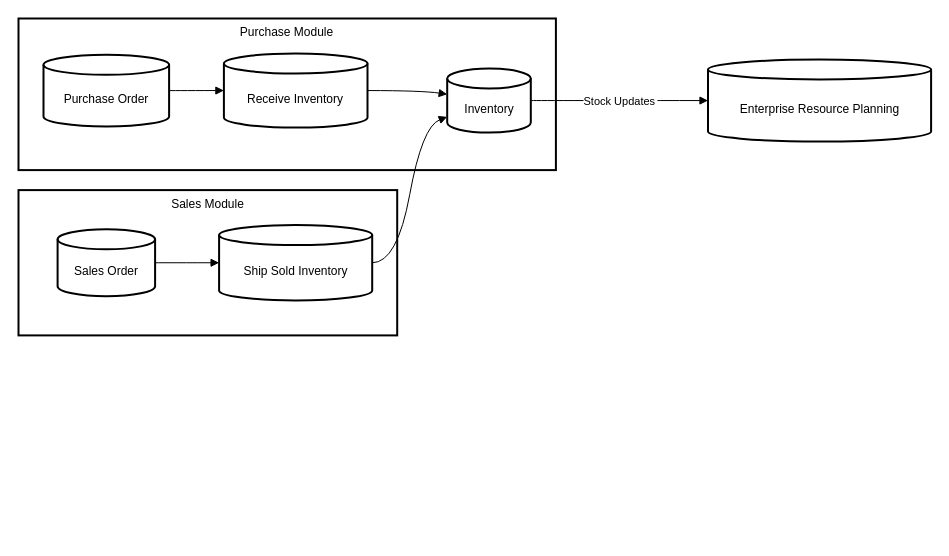
Earlier version of the draw.io diagram GarisBesar.drawio (rascaldkny/project1). Source tidied: cells renumbered, new cells numbered last; positions are measured from the earlier drawing's top-left corner, leaving out a move shared by most shapes. Both pictures are drawn from the tidied source at 100%, with x=0, y=0 at pixel (18, 18).
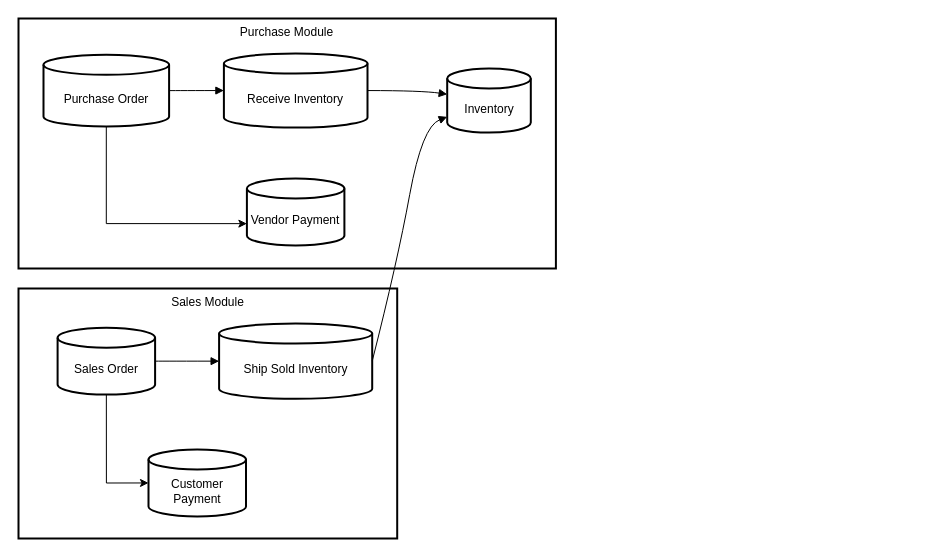
After the change.

Unchanged cells that the change refers to:
```xml
<mxCell id="7" value="Purchase Order" style="shape=cylinder3;boundedLbl=1;backgroundOutline=1;size=10;strokeWidth=2;whiteSpace=wrap;" parent="1" vertex="1">
  <mxGeometry x="25" y="36.3" width="125.6" height="71.6" as="geometry" />
</mxCell>
<mxCell id="8" value="Inventory" style="shape=cylinder3;boundedLbl=1;backgroundOutline=1;size=10;strokeWidth=2;whiteSpace=wrap;" parent="1" vertex="1">
  <mxGeometry x="428.7" y="50" width="83.6" height="64.1" as="geometry" />
</mxCell>
```

Diff of the diagram source:
```diff
@@
     <mxCell id="2" value="Sales Module" style="whiteSpace=wrap;strokeWidth=2;verticalAlign=top;" parent="1" vertex="1">
-      <mxGeometry y="171.6" width="378.7" height="145.3" as="geometry" />
+      <mxGeometry y="270" width="378.7" height="250" as="geometry" />
     </mxCell>
     <mxCell id="3" value="Ship Sold Inventory" style="shape=cylinder3;boundedLbl=1;backgroundOutline=1;size=10;strokeWidth=2;whiteSpace=wrap;" parent="1" vertex="1">
-      <mxGeometry x="200.6" y="206.6" width="153.1" height="75.3" as="geometry" />
+      <mxGeometry x="200.6" y="305" width="153.1" height="75.3" as="geometry" />
     </mxCell>
+    <mxCell id="15" style="edgeStyle=orthogonalEdgeStyle;rounded=0;jettySize=auto;html=1;exitX=0.5;exitY=1;exitDx=0;exitDy=0;exitPerimeter=0;entryX=0;entryY=0.5;entryDx=0;entryDy=0;entryPerimeter=0;" parent="1" edge="1" source="4" target="18">
+      <mxGeometry relative="1" as="geometry" />
+    </mxCell>
     <mxCell id="4" value="Sales Order" style="shape=cylinder3;boundedLbl=1;backgroundOutline=1;size=10;strokeWidth=2;whiteSpace=wrap;" parent="1" vertex="1">
-      <mxGeometry x="39.1" y="210.8" width="97.5" height="66.9" as="geometry" />
+      <mxGeometry x="39.1" y="309.2" width="97.5" height="66.9" as="geometry" />
     </mxCell>
     <mxCell id="5" value="Purchase Module" style="whiteSpace=wrap;strokeWidth=2;verticalAlign=top;" parent="1" vertex="1">
-      <mxGeometry width="537.4" height="151.6" as="geometry" />
+      <mxGeometry width="537.4" height="250" as="geometry" />
     </mxCell>
@@
+    <mxCell id="16" style="edgeStyle=orthogonalEdgeStyle;rounded=0;jettySize=auto;html=1;entryX=0;entryY=0;entryDx=0;entryDy=45.14665412902832;entryPerimeter=0;" parent="1" edge="1" source="7" target="17">
+      <mxGeometry relative="1" as="geometry">
+        <Array as="points">
+          <mxPoint x="88" y="205" />
+        </Array>
+      </mxGeometry>
+    </mxCell>
@@
-    <mxCell id="9" value="Enterprise Resource Planning" style="shape=cylinder3;boundedLbl=1;backgroundOutline=1;size=10;strokeWidth=2;whiteSpace=wrap;" parent="1" vertex="1">
-      <mxGeometry x="689.5" y="41" width="223.1" height="82.1" as="geometry" />
-    </mxCell>
@@
-    <mxCell id="14" value="Stock Updates" style="curved=1;startArrow=none;endArrow=block;exitX=1;exitY=0.5;entryX=0;entryY=0.5;" parent="1" edge="1" source="8" target="9">
-      <mxGeometry relative="1" as="geometry" />
-    </mxCell>
+    <mxCell id="17" value="Vendor Payment" style="shape=cylinder3;boundedLbl=1;backgroundOutline=1;size=10;strokeWidth=2;whiteSpace=wrap;" parent="1" vertex="1">
+      <mxGeometry x="228.4" y="160" width="97.5" height="66.9" as="geometry" />
+    </mxCell>
+    <mxCell id="18" value="Customer Payment" style="shape=cylinder3;boundedLbl=1;backgroundOutline=1;size=10;strokeWidth=2;whiteSpace=wrap;" parent="1" vertex="1">
+      <mxGeometry x="130" y="431" width="97.5" height="66.9" as="geometry" />
+    </mxCell>
```
